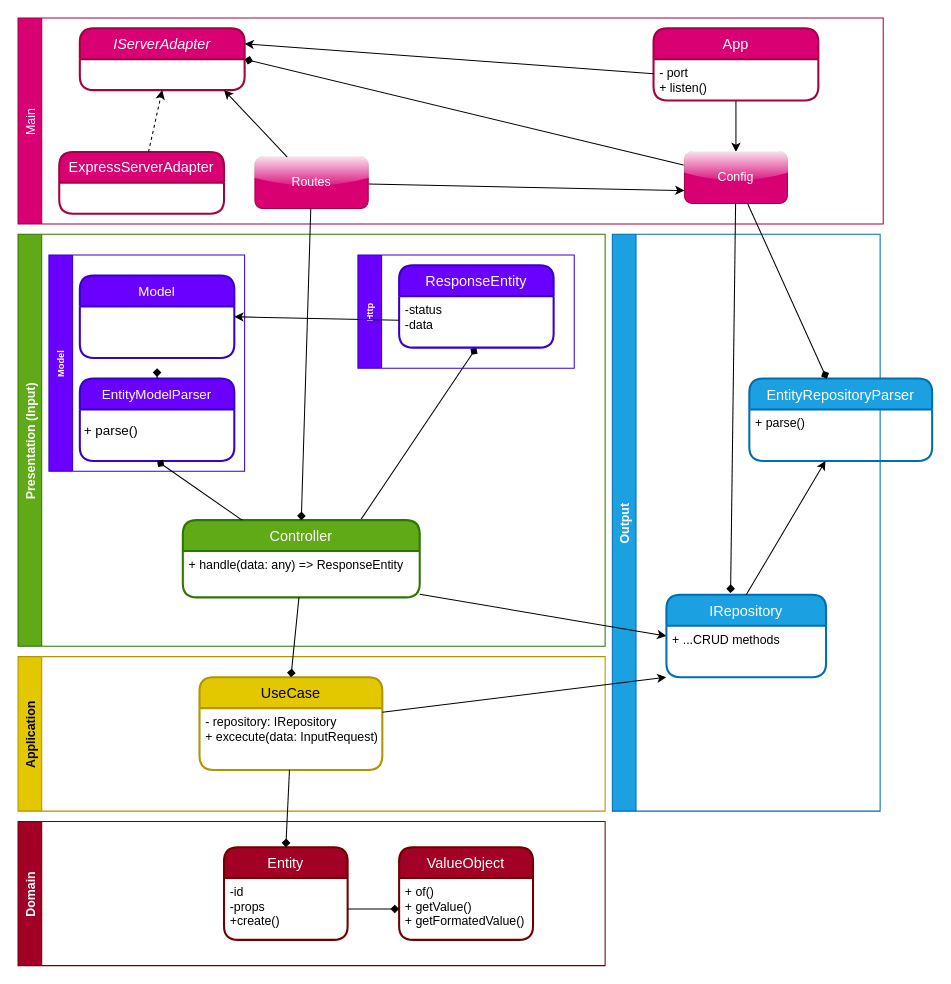
Before: docs/diagram.drawio in flwedu/punk-barbershop-backend, a draw.io diagram. Source tidied: cells renumbered, new cells numbered last; positions are measured from the earlier drawing's top-left corner, leaving out a move shared by most shapes. Both pictures are drawn from the tidied source at 103%, with x=0, y=0 at pixel (18, 18).
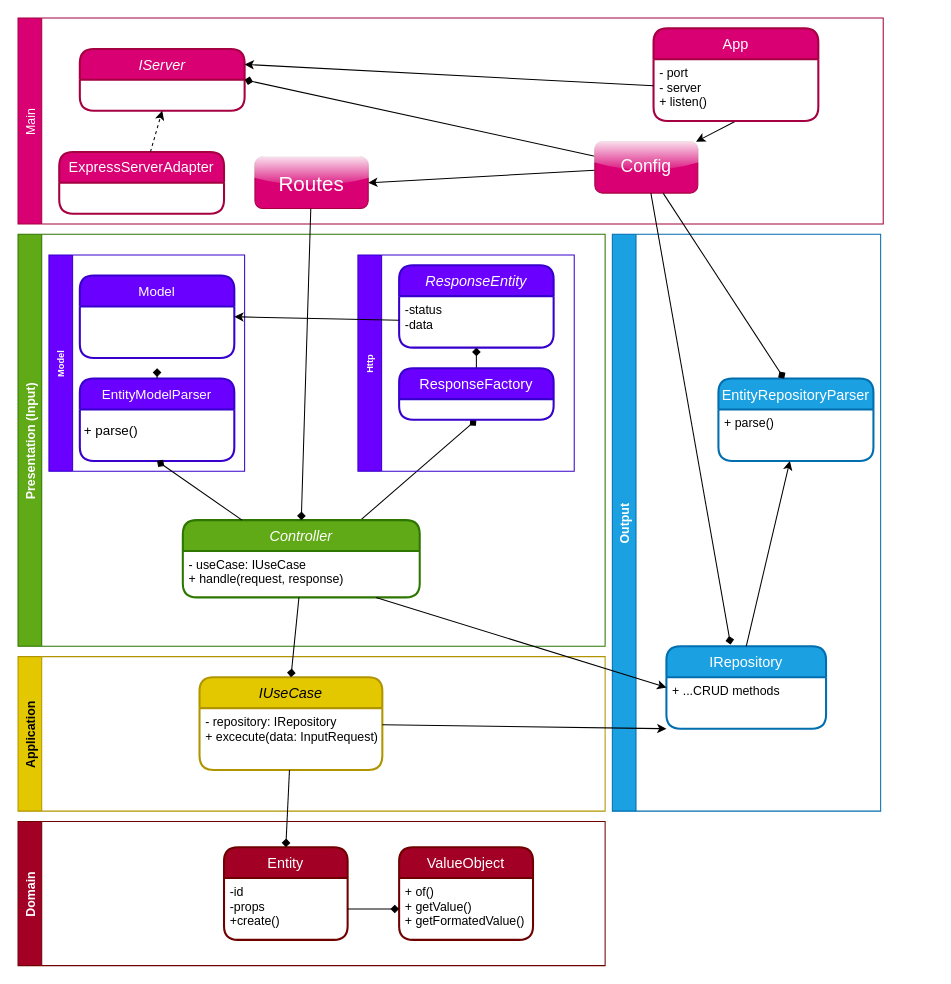
After the change.

Unchanged cells that the change refers to:
```xml
<mxCell id="8" value="Application" style="swimlane;horizontal=0;fillColor=#e3c800;fontColor=#000000;strokeColor=#B09500;" parent="1" vertex="1">
  <mxGeometry y="620" width="570" height="150" as="geometry" />
</mxCell>
<mxCell id="18" value="Presentation (Input)" style="swimlane;horizontal=0;fillColor=#60a917;fontColor=#ffffff;strokeColor=#2D7600;" parent="1" vertex="1">
  <mxGeometry y="210" width="570" height="400" as="geometry" />
</mxCell>
<mxCell id="24" value="-status&#10;-data" style="align=left;strokeColor=none;fillColor=none;spacingLeft=4;fontSize=12;verticalAlign=top;" parent="23" vertex="1">
  <mxGeometry y="30" width="150" height="50" as="geometry" />
</mxCell>
<mxCell id="35" value="Main" style="swimlane;horizontal=0;fillColor=#d80073;strokeColor=#A50040;glass=0;shadow=0;fontColor=#ffffff;fontStyle=0;" parent="1" vertex="1">
  <mxGeometry width="840" height="200" as="geometry" />
</mxCell>
```

Change to the diagram source:
```diff
@@
-    <mxCell id="9" value="UseCase" style="swimlane;horizontal=1;startSize=30;rounded=1;fontSize=14;fontStyle=0;strokeWidth=2;shadow=0;dashed=0;align=center;fillColor=#e3c800;fontColor=#000000;strokeColor=#B09500;" parent="8" vertex="1">
+    <mxCell id="9" value="IUseCase" style="swimlane;horizontal=1;startSize=30;rounded=1;fontSize=14;fontStyle=2;strokeWidth=2;shadow=0;dashed=0;align=center;fillColor=#e3c800;fontColor=#000000;strokeColor=#B09500;" parent="8" vertex="1">
       <mxGeometry x="176.2" y="20" width="177.5" height="90" as="geometry" />
     </mxCell>
@@
     <mxCell id="11" value="Output" style="swimlane;horizontal=0;fillColor=#1ba1e2;fontColor=#ffffff;strokeColor=#006EAF;" parent="1" vertex="1">
-      <mxGeometry x="577" y="210" width="260" height="560" as="geometry" />
+      <mxGeometry x="577" y="210" width="260.5" height="560" as="geometry" />
     </mxCell>
     <mxCell id="12" value="IRepository" style="swimlane;horizontal=1;startSize=30;rounded=1;fontSize=14;fontStyle=0;strokeWidth=2;shadow=0;dashed=0;align=center;fillColor=#1ba1e2;strokeColor=#006EAF;fontColor=#ffffff;" parent="11" vertex="1">
-      <mxGeometry x="52.5" y="350" width="155" height="80" as="geometry" />
+      <mxGeometry x="52.5" y="400" width="155" height="80" as="geometry" />
     </mxCell>
@@
     <mxCell id="14" value="EntityRepositoryParser" style="swimlane;horizontal=1;startSize=30;rounded=1;fontSize=14;fontStyle=0;strokeWidth=2;shadow=0;dashed=0;align=center;fillColor=#1ba1e2;strokeColor=#006EAF;fontColor=#ffffff;" parent="11" vertex="1">
-      <mxGeometry x="133" y="140" width="177.5" height="80" as="geometry" />
+      <mxGeometry x="103" y="140" width="150.5" height="80" as="geometry" />
     </mxCell>
     <mxCell id="15" value="+ parse()" style="align=left;strokeColor=none;fillColor=none;spacingLeft=4;fontSize=12;verticalAlign=top;" parent="14" vertex="1">
-      <mxGeometry y="30" width="177.5" height="50" as="geometry" />
+      <mxGeometry y="30" width="150.5" height="50" as="geometry" />
     </mxCell>
@@
-    <mxCell id="19" style="edgeStyle=none;html=1;entryX=0.5;entryY=1;entryDx=0;entryDy=0;fontSize=9;endArrow=diamond;endFill=1;exitX=0.75;exitY=0;exitDx=0;exitDy=0;" parent="18" edge="1" source="20" target="24">
+    <mxCell id="19" style="edgeStyle=none;html=1;entryX=0.5;entryY=1;entryDx=0;entryDy=0;fontSize=9;endArrow=diamond;endFill=1;exitX=0.75;exitY=0;exitDx=0;exitDy=0;" parent="18" edge="1" source="20" target="52">
       <mxGeometry relative="1" as="geometry" />
     </mxCell>
-    <mxCell id="20" value="Controller" style="swimlane;horizontal=1;startSize=30;rounded=1;fontSize=14;fontStyle=0;strokeWidth=2;shadow=0;dashed=0;align=center;fillColor=#60a917;fontColor=#ffffff;strokeColor=#2D7600;" parent="18" vertex="1">
+    <mxCell id="20" value="Controller" style="swimlane;horizontal=1;startSize=30;rounded=1;fontSize=14;fontStyle=2;strokeWidth=2;shadow=0;dashed=0;align=center;fillColor=#60a917;fontColor=#ffffff;strokeColor=#2D7600;" parent="18" vertex="1">
       <mxGeometry x="160" y="277.5" width="230" height="75" as="geometry" />
     </mxCell>
-    <mxCell id="21" value="+ handle(data: any) =&gt; ResponseEntity" style="align=left;strokeColor=none;fillColor=none;spacingLeft=4;fontSize=12;verticalAlign=top;" parent="20" vertex="1">
+    <mxCell id="21" value="- useCase: IUseCase&#10;+ handle(request, response)" style="align=left;strokeColor=none;fillColor=none;spacingLeft=4;fontSize=12;verticalAlign=top;" parent="20" vertex="1">
       <mxGeometry y="30" width="230" height="45" as="geometry" />
     </mxCell>
     <mxCell id="22" value="Http" style="swimlane;horizontal=0;fontSize=9;fillColor=#6a00ff;fontColor=#ffffff;strokeColor=#3700CC;" parent="18" vertex="1">
-      <mxGeometry x="330" y="20" width="210" height="110" as="geometry" />
+      <mxGeometry x="330" y="20" width="210" height="210" as="geometry" />
     </mxCell>
-    <mxCell id="23" value="ResponseEntity" style="swimlane;horizontal=1;startSize=30;rounded=1;fontSize=14;fontStyle=0;strokeWidth=2;shadow=0;dashed=0;align=center;fillColor=#6a00ff;fontColor=#ffffff;strokeColor=#3700CC;" parent="22" vertex="1">
+    <mxCell id="23" value="ResponseEntity" style="swimlane;horizontal=1;startSize=30;rounded=1;fontSize=14;fontStyle=2;strokeWidth=2;shadow=0;dashed=0;align=center;fillColor=#6a00ff;fontColor=#ffffff;strokeColor=#3700CC;" parent="22" vertex="1">
       <mxGeometry x="40" y="10" width="150" height="80" as="geometry" />
     </mxCell>
@@
+    <mxCell id="51" style="edgeStyle=none;html=1;exitX=0.5;exitY=0;exitDx=0;exitDy=0;entryX=0.5;entryY=1;entryDx=0;entryDy=0;endArrow=diamond;endFill=1;" parent="22" edge="1" source="52" target="24">
+      <mxGeometry relative="1" as="geometry" />
+    </mxCell>
+    <mxCell id="52" value="ResponseFactory" style="swimlane;horizontal=1;startSize=30;rounded=1;fontSize=14;fontStyle=0;strokeWidth=2;shadow=0;dashed=0;align=center;fillColor=#6a00ff;fontColor=#ffffff;strokeColor=#3700CC;" parent="22" vertex="1">
+      <mxGeometry x="40" y="110" width="150" height="50" as="geometry" />
+    </mxCell>
@@
-    <mxCell id="37" value="IServerAdapter" style="swimlane;horizontal=1;startSize=30;rounded=1;fontSize=14;fontStyle=2;strokeWidth=2;shadow=0;dashed=0;align=center;glass=0;fillColor=#d80073;fontColor=#ffffff;strokeColor=#A50040;" parent="35" vertex="1">
-      <mxGeometry x="60" y="10" width="160" height="60" as="geometry" />
+    <mxCell id="37" value="IServer" style="swimlane;horizontal=1;startSize=30;rounded=1;fontSize=14;fontStyle=2;strokeWidth=2;shadow=0;dashed=0;align=center;glass=0;fillColor=#d80073;fontColor=#ffffff;strokeColor=#A50040;" parent="35" vertex="1">
+      <mxGeometry x="60" y="30" width="160" height="60" as="geometry" />
     </mxCell>
@@
+    <mxCell id="53" style="edgeStyle=none;html=1;entryX=1;entryY=0.5;entryDx=0;entryDy=0;fontSize=20;endArrow=classic;endFill=1;" parent="35" edge="1" source="41" target="45">
+      <mxGeometry relative="1" as="geometry" />
+    </mxCell>
-    <mxCell id="41" value="Config" style="whiteSpace=wrap;html=1;align=center;shadow=0;glass=1;fillColor=#d80073;fontColor=#ffffff;strokeColor=#A50040;gradientColor=none;rounded=1;" parent="35" vertex="1">
-      <mxGeometry x="647" y="130" width="100" height="50" as="geometry" />
+    <mxCell id="41" value="&lt;font style=&quot;font-size: 17px&quot;&gt;Config&lt;/font&gt;" style="whiteSpace=wrap;html=1;align=center;shadow=0;glass=1;fillColor=#d80073;fontColor=#ffffff;strokeColor=#A50040;gradientColor=none;rounded=1;" parent="35" vertex="1">
+      <mxGeometry x="560" y="120" width="100" height="50" as="geometry" />
     </mxCell>
     <mxCell id="42" value="App" style="swimlane;horizontal=1;startSize=30;rounded=1;fontSize=14;fontStyle=0;strokeWidth=2;shadow=0;dashed=0;align=center;glass=0;fillColor=#d80073;fontColor=#ffffff;strokeColor=#A50040;" parent="35" vertex="1">
-      <mxGeometry x="617" y="10" width="160" height="70" as="geometry" />
+      <mxGeometry x="617" y="10" width="160" height="90" as="geometry" />
     </mxCell>
-    <mxCell id="43" value="- port&#10;+ listen()" style="align=left;strokeColor=none;fillColor=none;spacingLeft=4;fontSize=12;verticalAlign=top;shadow=0;glass=0;" parent="42" vertex="1">
-      <mxGeometry y="30" width="160" height="40" as="geometry" />
+    <mxCell id="43" value="- port&#10;- server&#10;+ listen()" style="align=left;strokeColor=none;fillColor=none;spacingLeft=4;fontSize=12;verticalAlign=top;shadow=0;glass=0;" parent="42" vertex="1">
+      <mxGeometry y="30" width="160" height="60" as="geometry" />
     </mxCell>
-    <mxCell id="44" style="edgeStyle=none;html=1;entryX=0;entryY=0.75;entryDx=0;entryDy=0;endArrow=classic;endFill=1;" parent="35" edge="1" source="45" target="41">
-      <mxGeometry relative="1" as="geometry" />
-    </mxCell>
-    <mxCell id="45" value="Routes" style="whiteSpace=wrap;html=1;align=center;shadow=0;glass=1;fillColor=#d80073;fontColor=#ffffff;strokeColor=#A50040;rounded=1;" parent="35" vertex="1">
+    <mxCell id="45" value="Routes" style="whiteSpace=wrap;html=1;align=center;shadow=0;glass=1;fillColor=#d80073;fontColor=#ffffff;strokeColor=#A50040;rounded=1;fontSize=20;" parent="35" vertex="1">
       <mxGeometry x="230" y="135" width="110" height="50" as="geometry" />
     </mxCell>
@@
-    <mxCell id="49" style="edgeStyle=none;html=1;endArrow=classic;endFill=1;" parent="1" edge="1" source="45">
-      <mxGeometry relative="1" as="geometry">
-        <mxPoint x="200" y="70" as="targetPoint" />
-      </mxGeometry>
-    </mxCell>
```
